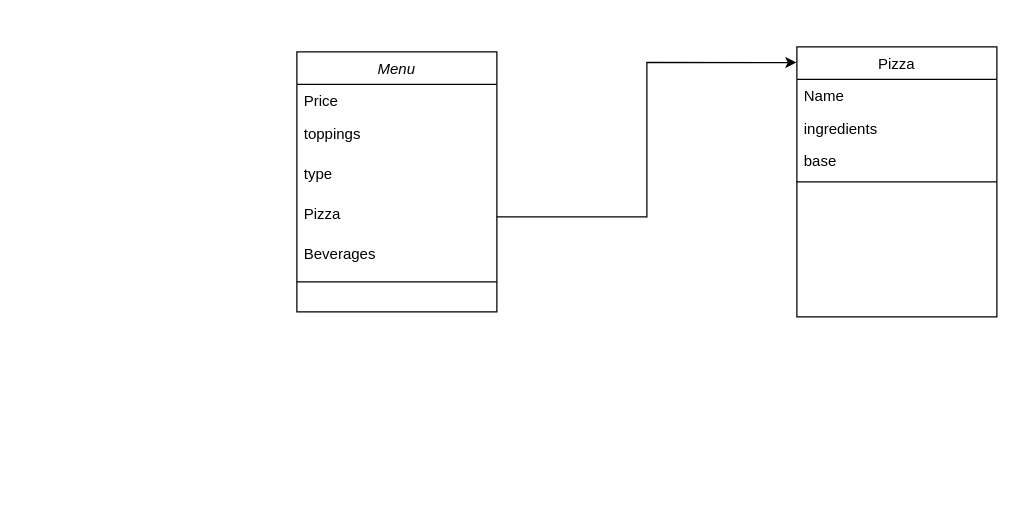
Earlier version of the draw.io diagram pizza.drawio (SrishtiiPandey/pizza_store). Source tidied: cells renumbered, new cells numbered last; positions are measured from the earlier drawing's top-left corner, leaving out a move shared by most shapes. Both pictures are drawn from the tidied source at 125%, with x=0, y=0 at pixel (296, 46).
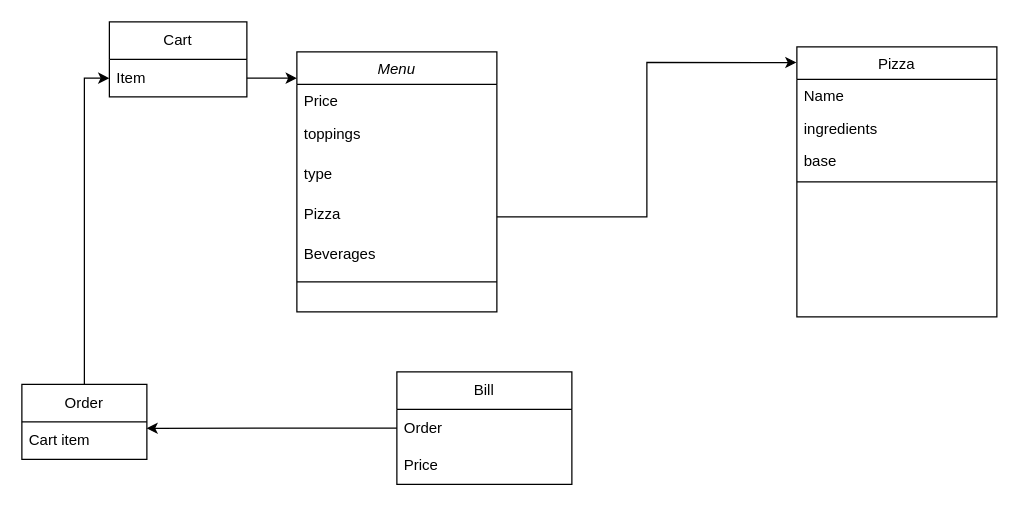
Above is the later version.

The change refers to these unchanged cells:
```xml
<mxCell id="2" value="Menu" style="swimlane;fontStyle=2;align=center;verticalAlign=top;horizontal=1;startSize=26;rounded=0;shadow=0;strokeWidth=1;" parent="1" vertex="1">
  <mxGeometry y="4" width="160" height="208" as="geometry" />
</mxCell>
```

Diff of the diagram source:
```diff
@@
+    <mxCell id="15" value="Cart" style="swimlane;fontStyle=0;horizontal=1;startSize=30;whiteSpace=wrap;html=1;" parent="1" vertex="1">
+      <mxGeometry x="-150" y="-20" width="110" height="60" as="geometry" />
+    </mxCell>
+    <mxCell id="16" value="Item&amp;nbsp;" style="text;strokeColor=none;fillColor=none;align=left;verticalAlign=middle;spacingLeft=4;spacingRight=4;overflow=hidden;points=[[0,0.5],[1,0.5]];portConstraint=eastwest;whiteSpace=wrap;html=1;" parent="15" vertex="1">
+      <mxGeometry y="30" width="110" height="30" as="geometry" />
+    </mxCell>
+    <mxCell id="17" style="edgeStyle=orthogonalEdgeStyle;rounded=0;jettySize=auto;html=1;entryX=0;entryY=0.101;entryDx=0;entryDy=0;entryPerimeter=0;" parent="1" edge="1" source="16" target="2">
+      <mxGeometry relative="1" as="geometry" />
+    </mxCell>
+    <mxCell id="18" style="edgeStyle=orthogonalEdgeStyle;rounded=0;jettySize=auto;html=1;entryX=0;entryY=0.5;entryDx=0;entryDy=0;" parent="1" edge="1" source="19" target="16">
+      <mxGeometry relative="1" as="geometry" />
+    </mxCell>
+    <mxCell id="19" value="Order" style="swimlane;fontStyle=0;horizontal=1;startSize=30;whiteSpace=wrap;html=1;" parent="1" vertex="1">
+      <mxGeometry x="-220" y="270" width="100" height="60" as="geometry" />
+    </mxCell>
+    <mxCell id="20" value="Cart item" style="text;strokeColor=none;fillColor=none;align=left;verticalAlign=middle;spacingLeft=4;spacingRight=4;overflow=hidden;points=[[0,0.5],[1,0.5]];portConstraint=eastwest;whiteSpace=wrap;html=1;" parent="19" vertex="1">
+      <mxGeometry y="30" width="100" height="30" as="geometry" />
+    </mxCell>
+    <mxCell id="21" value="Bill" style="swimlane;fontStyle=0;horizontal=1;startSize=30;whiteSpace=wrap;html=1;" parent="1" vertex="1">
+      <mxGeometry x="80" y="260" width="140" height="90" as="geometry" />
+    </mxCell>
+    <mxCell id="22" value="Order" style="text;strokeColor=none;fillColor=none;align=left;verticalAlign=middle;spacingLeft=4;spacingRight=4;overflow=hidden;points=[[0,0.5],[1,0.5]];portConstraint=eastwest;whiteSpace=wrap;html=1;" parent="21" vertex="1">
+      <mxGeometry y="30" width="140" height="30" as="geometry" />
+    </mxCell>
+    <mxCell id="23" value="Price" style="text;strokeColor=none;fillColor=none;align=left;verticalAlign=middle;spacingLeft=4;spacingRight=4;overflow=hidden;whiteSpace=wrap;html=1;" parent="21" vertex="1">
+      <mxGeometry y="60" width="140" height="30" as="geometry" />
+    </mxCell>
+    <mxCell id="24" style="edgeStyle=orthogonalEdgeStyle;rounded=0;jettySize=auto;html=1;entryX=0.997;entryY=0.172;entryDx=0;entryDy=0;entryPerimeter=0;" parent="1" edge="1" source="22" target="20">
+      <mxGeometry relative="1" as="geometry" />
+    </mxCell>
```
